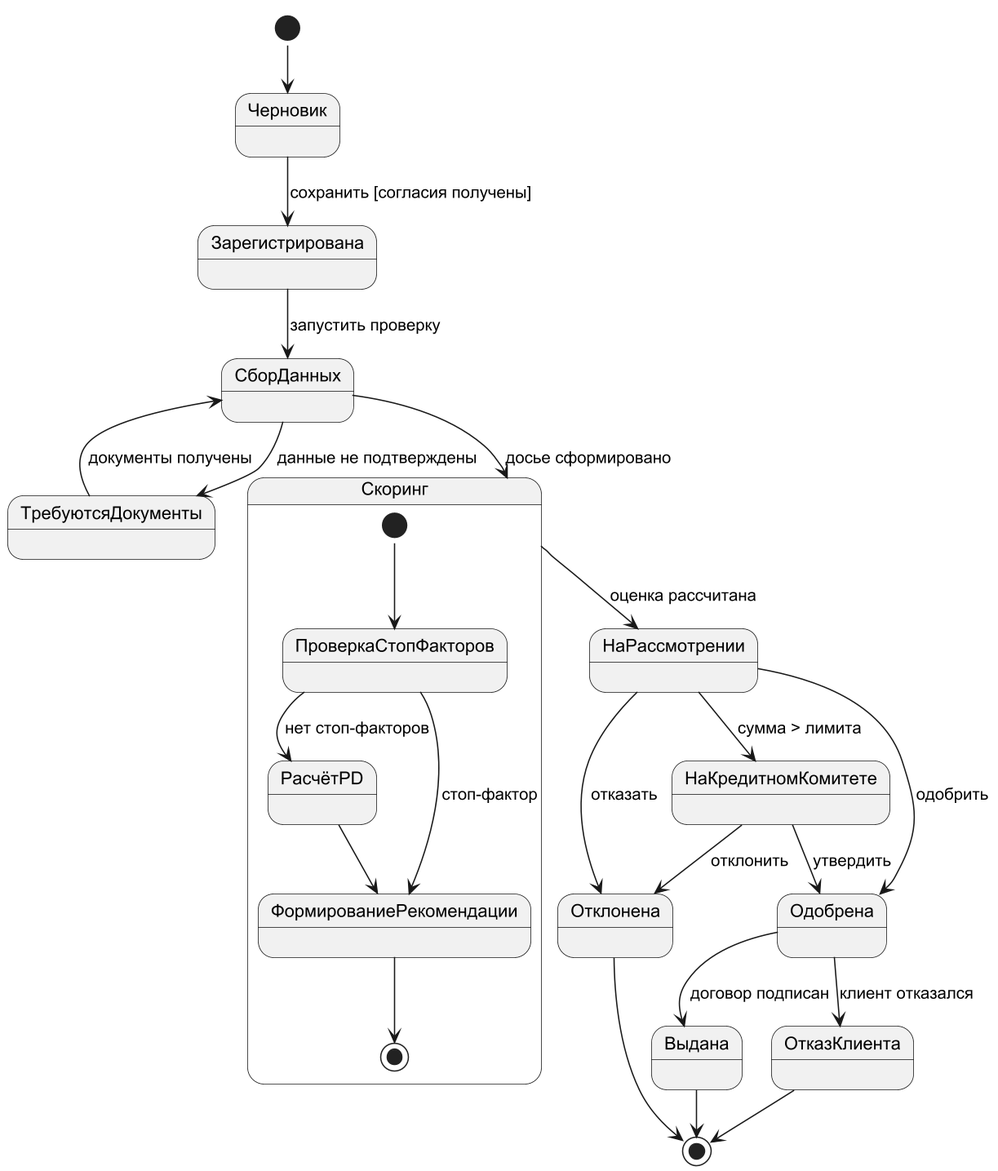
Above: diagrams/uml_state.png in DarkSwordman999/credit-scoring-dss (PlantUML), before the change. Source of this version:
```plantuml
@startuml
!pragma layout smetana
skinparam dpi 150
skinparam defaultFontName Arial
skinparam shadowing false
skinparam monochrome true
[*] --> Черновик
Черновик --> Зарегистрирована : сохранить [согласия получены]
Зарегистрирована --> СборДанных : запустить проверку
СборДанных --> Скоринг : досье сформировано
СборДанных --> ТребуютсяДокументы : данные не подтверждены
ТребуютсяДокументы --> СборДанных : документы получены
Скоринг --> НаРассмотрении : оценка рассчитана
НаРассмотрении --> НаКредитномКомитете : сумма > лимита
НаРассмотрении --> Одобрена : одобрить
НаРассмотрении --> Отклонена : отказать
НаКредитномКомитете --> Одобрена : утвердить
НаКредитномКомитете --> Отклонена : отклонить
Одобрена --> Выдана : договор подписан
Одобрена --> ОтказКлиента : клиент отказался
Выдана --> [*]
Отклонена --> [*]
ОтказКлиента --> [*]
state Скоринг {
  [*] --> ПроверкаСтопФакторов
  ПроверкаСтопФакторов --> РасчётPD : нет стоп-факторов
  РасчётPD --> ФормированиеРекомендации
  ПроверкаСтопФакторов --> ФормированиеРекомендации : стоп-фактор
  ФормированиеРекомендации --> [*]
}
@enduml
```
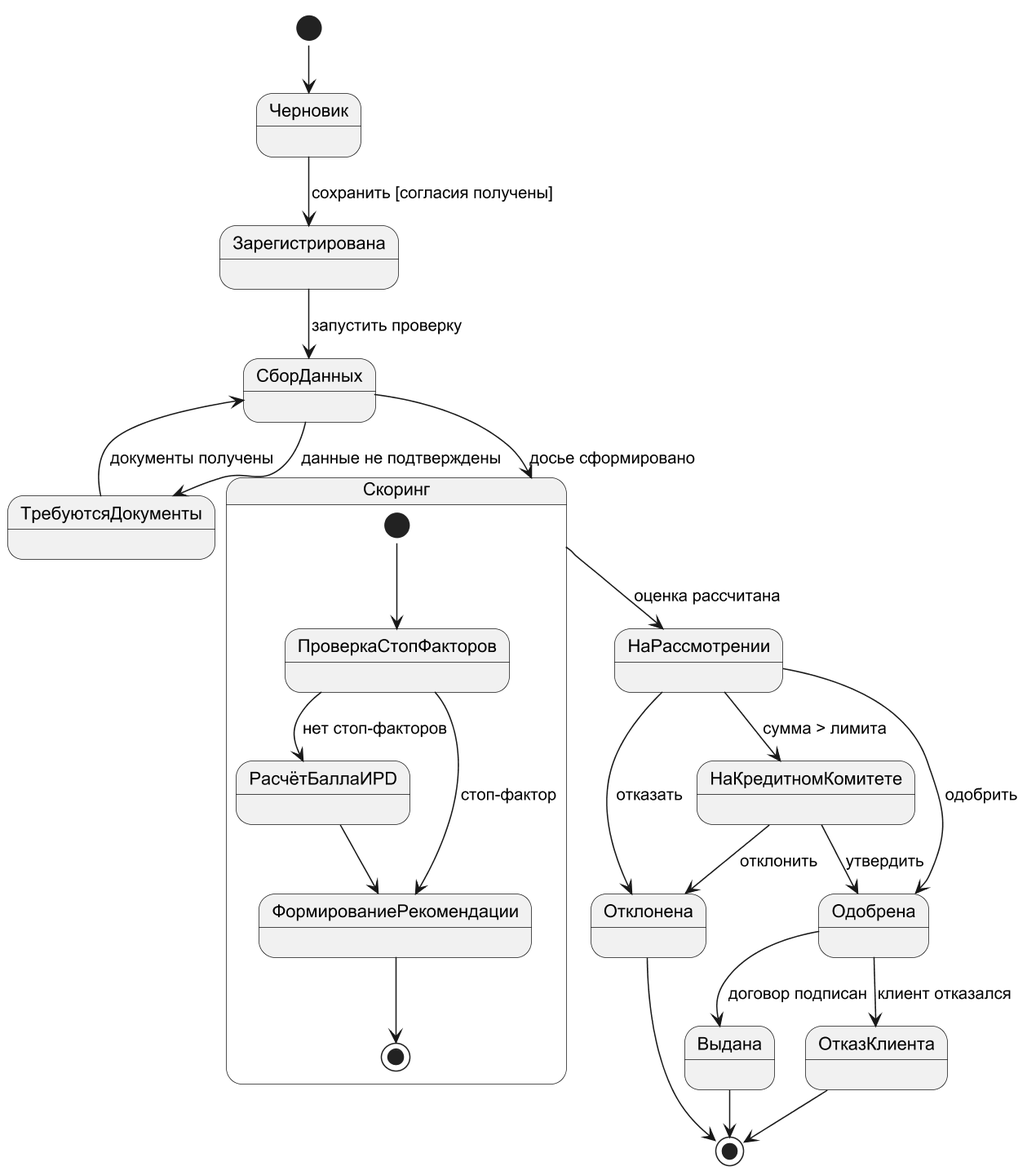
Above is the later version.

Change to the diagram source:
```diff
@@ -23,8 +23,8 @@
 ОтказКлиента --> [*]
 state Скоринг {
   [*] --> ПроверкаСтопФакторов
-  ПроверкаСтопФакторов --> РасчётPD : нет стоп-факторов
-  РасчётPD --> ФормированиеРекомендации
+  ПроверкаСтопФакторов --> РасчётБаллаИPD : нет стоп-факторов
+  РасчётБаллаИPD --> ФормированиеРекомендации
   ПроверкаСтопФакторов --> ФормированиеРекомендации : стоп-фактор
   ФормированиеРекомендации --> [*]
 }
```
